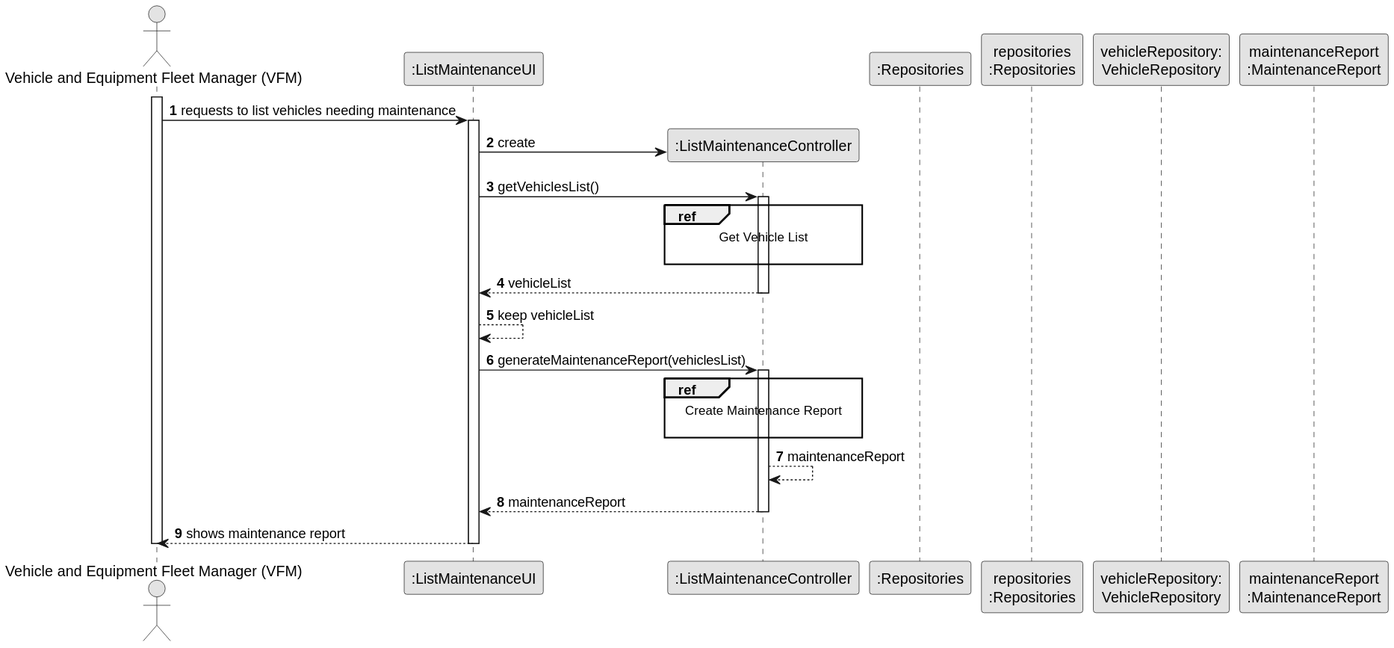
Before: docs/sprintB/us008/03.design/svg/us008-sequence-diagram-split.svg, a diagram exported from PlantUML (ricardomm7/leaflink).
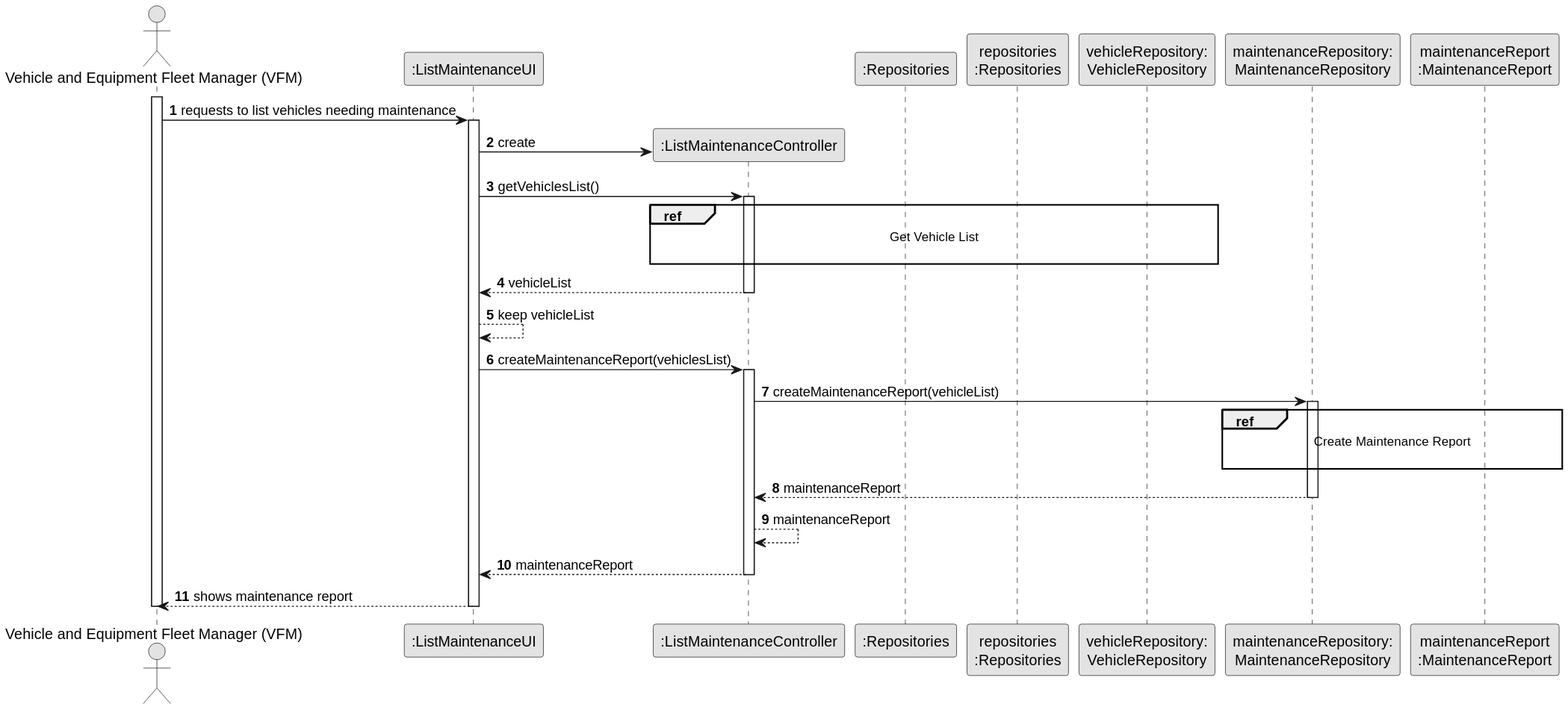
After the commit.

Diff of the diagram source:
```diff
@@ -12,8 +12,8 @@
 participant ":Repositories" as RepositorySingleton
 participant "repositories\n:Repositories" as PLAT
 participant "vehicleRepository:\nVehicleRepository" as VehicleRepository
+participant "maintenanceRepository:\nMaintenanceRepository" as MaintenanceRepository
 participant "maintenanceReport\n:MaintenanceReport" as MaintenanceReport
-
 activate VFM
 
     VFM -> UI : requests to list vehicles needing maintenance
@@ -24,7 +24,7 @@
         UI -> CTRL : getVehiclesList()
         activate CTRL
 
-            ref over CTRL
+            ref over CTRL, VehicleRepository,PLAT, RepositorySingleton
                         Get Vehicle List
 
             end ref
@@ -34,15 +34,21 @@
 
         UI --> UI : keep vehicleList
 
-        UI -> CTRL : generateMaintenanceReport(vehiclesList)
+        UI -> CTRL : createMaintenanceReport(vehiclesList)
         activate CTRL
 
-            ref over CTRL
+        CTRL -> MaintenanceRepository: createMaintenanceReport(vehicleList)
+        activate MaintenanceRepository
+
+            ref over MaintenanceRepository, MaintenanceReport
                     Create Maintenance Report
 
             end ref
+        MaintenanceRepository --> CTRL: maintenanceReport
+        deactivate MaintenanceRepository
 
         CTRL --> CTRL : maintenanceReport
+
 
             CTRL --> UI : maintenanceReport
         deactivate CTRL
```
